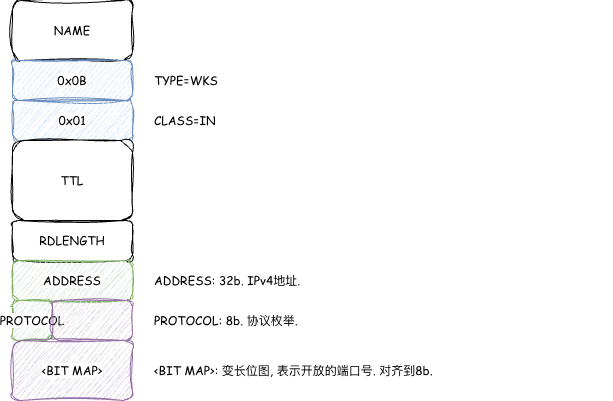
This is source/_posts/DNSScheme/wks.png from theo1893/theo1893.github.io, a draw.io export, as it was before one commit. Source tidied: cells renumbered, new cells last; positions are measured from the earlier drawing's top-left corner, leaving out a move shared by most shapes. Source of this version:
```xml
<mxGraphModel>
  <root>
    <mxCell id="0" />
    <mxCell id="1" parent="0" />
    <mxCell id="2" value="NAME" style="rounded=1;whiteSpace=wrap;html=1;sketch=1;jiggle=2;curveFitting=1;strokeColor=default;align=center;verticalAlign=middle;fontFamily=Comic Sans MS;fontSize=12;fontColor=default;labelBackgroundColor=default;fillColor=default;" parent="1" vertex="1">
      <mxGeometry width="120" height="60" as="geometry" />
    </mxCell>
    <mxCell id="3" value="0x0B" style="rounded=1;whiteSpace=wrap;html=1;sketch=1;jiggle=2;curveFitting=1;strokeColor=#6c8ebf;align=center;verticalAlign=middle;fontFamily=Comic Sans MS;fontSize=12;labelBackgroundColor=default;fillColor=#dae8fc;" parent="1" vertex="1">
      <mxGeometry y="60" width="120" height="40" as="geometry" />
    </mxCell>
    <mxCell id="4" value="0x01" style="rounded=1;whiteSpace=wrap;html=1;sketch=1;jiggle=2;curveFitting=1;strokeColor=#6c8ebf;align=center;verticalAlign=middle;fontFamily=Comic Sans MS;fontSize=12;labelBackgroundColor=default;fillColor=#dae8fc;" parent="1" vertex="1">
      <mxGeometry y="100" width="120" height="40" as="geometry" />
    </mxCell>
    <mxCell id="5" value="TTL" style="rounded=1;whiteSpace=wrap;html=1;sketch=1;jiggle=2;curveFitting=1;strokeColor=default;align=center;verticalAlign=middle;fontFamily=Comic Sans MS;fontSize=12;fontColor=default;labelBackgroundColor=default;fillColor=default;" parent="1" vertex="1">
      <mxGeometry y="140" width="120" height="80" as="geometry" />
    </mxCell>
    <mxCell id="6" value="RDLENGTH" style="rounded=1;whiteSpace=wrap;html=1;sketch=1;jiggle=2;curveFitting=1;strokeColor=default;align=center;verticalAlign=middle;fontFamily=Comic Sans MS;fontSize=12;fontColor=default;labelBackgroundColor=default;fillColor=default;" parent="1" vertex="1">
      <mxGeometry y="220" width="120" height="40" as="geometry" />
    </mxCell>
    <mxCell id="7" value="ADDRESS" style="rounded=1;whiteSpace=wrap;html=1;sketch=1;jiggle=2;curveFitting=1;strokeColor=#82b366;align=center;verticalAlign=middle;fontFamily=Comic Sans MS;fontSize=12;labelBackgroundColor=default;fillColor=#d5e8d4;" parent="1" vertex="1">
      <mxGeometry y="260" width="120" height="40" as="geometry" />
    </mxCell>
    <mxCell id="8" value="ADDRESS: 32b. IPv4地址." style="text;html=1;whiteSpace=wrap;strokeColor=none;fillColor=none;align=left;verticalAlign=middle;rounded=0;fontFamily=Comic Sans MS;fontSize=12;fontColor=default;labelBackgroundColor=default;" parent="1" vertex="1">
      <mxGeometry x="140" y="265" width="460" height="30" as="geometry" />
    </mxCell>
    <mxCell id="9" value="CLASS=IN" style="text;html=1;whiteSpace=wrap;strokeColor=none;fillColor=none;align=left;verticalAlign=middle;rounded=0;fontFamily=Comic Sans MS;fontSize=12;fontColor=default;labelBackgroundColor=default;" parent="1" vertex="1">
      <mxGeometry x="140" y="105" width="230" height="30" as="geometry" />
    </mxCell>
    <mxCell id="10" value="TYPE=WKS" style="text;html=1;whiteSpace=wrap;strokeColor=none;fillColor=none;align=left;verticalAlign=middle;rounded=0;fontFamily=Comic Sans MS;fontSize=12;fontColor=default;labelBackgroundColor=default;" parent="1" vertex="1">
      <mxGeometry x="140" y="65" width="230" height="30" as="geometry" />
    </mxCell>
    <mxCell id="11" value="PROTOCOL" style="rounded=1;whiteSpace=wrap;html=1;sketch=1;jiggle=2;curveFitting=1;strokeColor=#82b366;align=center;verticalAlign=middle;fontFamily=Comic Sans MS;fontSize=12;labelBackgroundColor=default;fillColor=#d5e8d4;" parent="1" vertex="1">
      <mxGeometry y="300" width="40" height="40" as="geometry" />
    </mxCell>
    <mxCell id="12" style="rounded=1;whiteSpace=wrap;html=1;sketch=1;jiggle=2;curveFitting=1;strokeColor=#9673a6;align=center;verticalAlign=middle;fontFamily=Comic Sans MS;fontSize=12;labelBackgroundColor=default;fillColor=#e1d5e7;" parent="1" vertex="1">
      <mxGeometry x="40" y="300" width="80" height="40" as="geometry" />
    </mxCell>
    <mxCell id="13" value="&amp;lt;BIT MAP&amp;gt;" style="rounded=1;whiteSpace=wrap;html=1;sketch=1;jiggle=2;curveFitting=1;strokeColor=#9673a6;align=center;verticalAlign=middle;fontFamily=Comic Sans MS;fontSize=12;labelBackgroundColor=default;fillColor=#e1d5e7;" parent="1" vertex="1">
      <mxGeometry y="340" width="120" height="60" as="geometry" />
    </mxCell>
    <mxCell id="14" value="PROTOCOL: 8b. 协议枚举." style="text;html=1;whiteSpace=wrap;strokeColor=none;fillColor=none;align=left;verticalAlign=middle;rounded=0;fontFamily=Comic Sans MS;fontSize=12;fontColor=default;labelBackgroundColor=default;" parent="1" vertex="1">
      <mxGeometry x="140" y="305" width="460" height="30" as="geometry" />
    </mxCell>
    <mxCell id="15" value="&amp;lt;BIT MAP&amp;gt;: 变长位图, 表示开放的端口号. 对齐到8b." style="text;html=1;whiteSpace=wrap;strokeColor=none;fillColor=none;align=left;verticalAlign=middle;rounded=0;fontFamily=Comic Sans MS;fontSize=12;fontColor=default;labelBackgroundColor=default;" parent="1" vertex="1">
      <mxGeometry x="140" y="355" width="460" height="30" as="geometry" />
    </mxCell>
  </root>
</mxGraphModel>
```
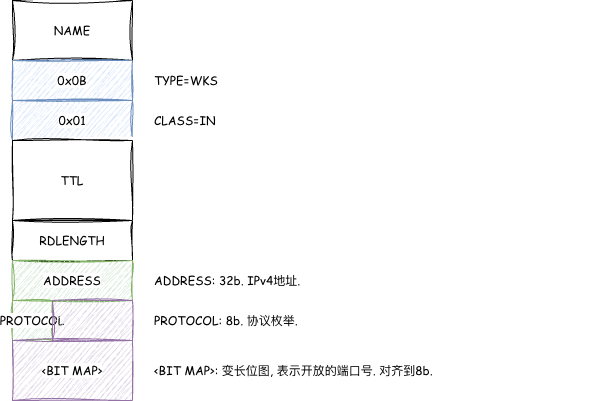
The same file after the commit.

What changed in the source:
```diff
@@ -2,22 +2,22 @@
   <root>
     <mxCell id="0" />
     <mxCell id="1" parent="0" />
-    <mxCell id="2" value="NAME" style="rounded=1;whiteSpace=wrap;html=1;sketch=1;jiggle=2;curveFitting=1;strokeColor=default;align=center;verticalAlign=middle;fontFamily=Comic Sans MS;fontSize=12;fontColor=default;labelBackgroundColor=default;fillColor=default;" parent="1" vertex="1">
+    <mxCell id="2" value="NAME" style="rounded=0;whiteSpace=wrap;html=1;sketch=1;jiggle=2;curveFitting=1;strokeColor=default;align=center;verticalAlign=middle;fontFamily=Comic Sans MS;fontSize=12;fontColor=default;labelBackgroundColor=default;fillColor=default;" parent="1" vertex="1">
       <mxGeometry width="120" height="60" as="geometry" />
     </mxCell>
-    <mxCell id="3" value="0x0B" style="rounded=1;whiteSpace=wrap;html=1;sketch=1;jiggle=2;curveFitting=1;strokeColor=#6c8ebf;align=center;verticalAlign=middle;fontFamily=Comic Sans MS;fontSize=12;labelBackgroundColor=default;fillColor=#dae8fc;" parent="1" vertex="1">
+    <mxCell id="3" value="0x0B" style="rounded=0;whiteSpace=wrap;html=1;sketch=1;jiggle=2;curveFitting=1;strokeColor=#6c8ebf;align=center;verticalAlign=middle;fontFamily=Comic Sans MS;fontSize=12;labelBackgroundColor=default;fillColor=#dae8fc;" parent="1" vertex="1">
       <mxGeometry y="60" width="120" height="40" as="geometry" />
     </mxCell>
-    <mxCell id="4" value="0x01" style="rounded=1;whiteSpace=wrap;html=1;sketch=1;jiggle=2;curveFitting=1;strokeColor=#6c8ebf;align=center;verticalAlign=middle;fontFamily=Comic Sans MS;fontSize=12;labelBackgroundColor=default;fillColor=#dae8fc;" parent="1" vertex="1">
+    <mxCell id="4" value="0x01" style="rounded=0;whiteSpace=wrap;html=1;sketch=1;jiggle=2;curveFitting=1;strokeColor=#6c8ebf;align=center;verticalAlign=middle;fontFamily=Comic Sans MS;fontSize=12;labelBackgroundColor=default;fillColor=#dae8fc;" parent="1" vertex="1">
       <mxGeometry y="100" width="120" height="40" as="geometry" />
     </mxCell>
-    <mxCell id="5" value="TTL" style="rounded=1;whiteSpace=wrap;html=1;sketch=1;jiggle=2;curveFitting=1;strokeColor=default;align=center;verticalAlign=middle;fontFamily=Comic Sans MS;fontSize=12;fontColor=default;labelBackgroundColor=default;fillColor=default;" parent="1" vertex="1">
+    <mxCell id="5" value="TTL" style="rounded=0;whiteSpace=wrap;html=1;sketch=1;jiggle=2;curveFitting=1;strokeColor=default;align=center;verticalAlign=middle;fontFamily=Comic Sans MS;fontSize=12;fontColor=default;labelBackgroundColor=default;fillColor=default;" parent="1" vertex="1">
       <mxGeometry y="140" width="120" height="80" as="geometry" />
     </mxCell>
-    <mxCell id="6" value="RDLENGTH" style="rounded=1;whiteSpace=wrap;html=1;sketch=1;jiggle=2;curveFitting=1;strokeColor=default;align=center;verticalAlign=middle;fontFamily=Comic Sans MS;fontSize=12;fontColor=default;labelBackgroundColor=default;fillColor=default;" parent="1" vertex="1">
+    <mxCell id="6" value="RDLENGTH" style="rounded=0;whiteSpace=wrap;html=1;sketch=1;jiggle=2;curveFitting=1;strokeColor=default;align=center;verticalAlign=middle;fontFamily=Comic Sans MS;fontSize=12;fontColor=default;labelBackgroundColor=default;fillColor=default;" parent="1" vertex="1">
       <mxGeometry y="220" width="120" height="40" as="geometry" />
     </mxCell>
-    <mxCell id="7" value="ADDRESS" style="rounded=1;whiteSpace=wrap;html=1;sketch=1;jiggle=2;curveFitting=1;strokeColor=#82b366;align=center;verticalAlign=middle;fontFamily=Comic Sans MS;fontSize=12;labelBackgroundColor=default;fillColor=#d5e8d4;" parent="1" vertex="1">
+    <mxCell id="7" value="ADDRESS" style="rounded=0;whiteSpace=wrap;html=1;sketch=1;jiggle=2;curveFitting=1;strokeColor=#82b366;align=center;verticalAlign=middle;fontFamily=Comic Sans MS;fontSize=12;labelBackgroundColor=default;fillColor=#d5e8d4;" parent="1" vertex="1">
       <mxGeometry y="260" width="120" height="40" as="geometry" />
     </mxCell>
     <mxCell id="8" value="ADDRESS: 32b. IPv4地址." style="text;html=1;whiteSpace=wrap;strokeColor=none;fillColor=none;align=left;verticalAlign=middle;rounded=0;fontFamily=Comic Sans MS;fontSize=12;fontColor=default;labelBackgroundColor=default;" parent="1" vertex="1">
@@ -29,13 +29,13 @@
     <mxCell id="10" value="TYPE=WKS" style="text;html=1;whiteSpace=wrap;strokeColor=none;fillColor=none;align=left;verticalAlign=middle;rounded=0;fontFamily=Comic Sans MS;fontSize=12;fontColor=default;labelBackgroundColor=default;" parent="1" vertex="1">
       <mxGeometry x="140" y="65" width="230" height="30" as="geometry" />
     </mxCell>
-    <mxCell id="11" value="PROTOCOL" style="rounded=1;whiteSpace=wrap;html=1;sketch=1;jiggle=2;curveFitting=1;strokeColor=#82b366;align=center;verticalAlign=middle;fontFamily=Comic Sans MS;fontSize=12;labelBackgroundColor=default;fillColor=#d5e8d4;" parent="1" vertex="1">
+    <mxCell id="11" value="PROTOCOL" style="rounded=0;whiteSpace=wrap;html=1;sketch=1;jiggle=2;curveFitting=1;strokeColor=#82b366;align=center;verticalAlign=middle;fontFamily=Comic Sans MS;fontSize=12;labelBackgroundColor=default;fillColor=#d5e8d4;" parent="1" vertex="1">
       <mxGeometry y="300" width="40" height="40" as="geometry" />
     </mxCell>
-    <mxCell id="12" style="rounded=1;whiteSpace=wrap;html=1;sketch=1;jiggle=2;curveFitting=1;strokeColor=#9673a6;align=center;verticalAlign=middle;fontFamily=Comic Sans MS;fontSize=12;labelBackgroundColor=default;fillColor=#e1d5e7;" parent="1" vertex="1">
+    <mxCell id="12" style="rounded=0;whiteSpace=wrap;html=1;sketch=1;jiggle=2;curveFitting=1;strokeColor=#9673a6;align=center;verticalAlign=middle;fontFamily=Comic Sans MS;fontSize=12;labelBackgroundColor=default;fillColor=#e1d5e7;" parent="1" vertex="1">
       <mxGeometry x="40" y="300" width="80" height="40" as="geometry" />
     </mxCell>
-    <mxCell id="13" value="&amp;lt;BIT MAP&amp;gt;" style="rounded=1;whiteSpace=wrap;html=1;sketch=1;jiggle=2;curveFitting=1;strokeColor=#9673a6;align=center;verticalAlign=middle;fontFamily=Comic Sans MS;fontSize=12;labelBackgroundColor=default;fillColor=#e1d5e7;" parent="1" vertex="1">
+    <mxCell id="13" value="&amp;lt;BIT MAP&amp;gt;" style="rounded=0;whiteSpace=wrap;html=1;sketch=1;jiggle=2;curveFitting=1;strokeColor=#9673a6;align=center;verticalAlign=middle;fontFamily=Comic Sans MS;fontSize=12;labelBackgroundColor=default;fillColor=#e1d5e7;" parent="1" vertex="1">
       <mxGeometry y="340" width="120" height="60" as="geometry" />
     </mxCell>
     <mxCell id="14" value="PROTOCOL: 8b. 协议枚举." style="text;html=1;whiteSpace=wrap;strokeColor=none;fillColor=none;align=left;verticalAlign=middle;rounded=0;fontFamily=Comic Sans MS;fontSize=12;fontColor=default;labelBackgroundColor=default;" parent="1" vertex="1">
```
